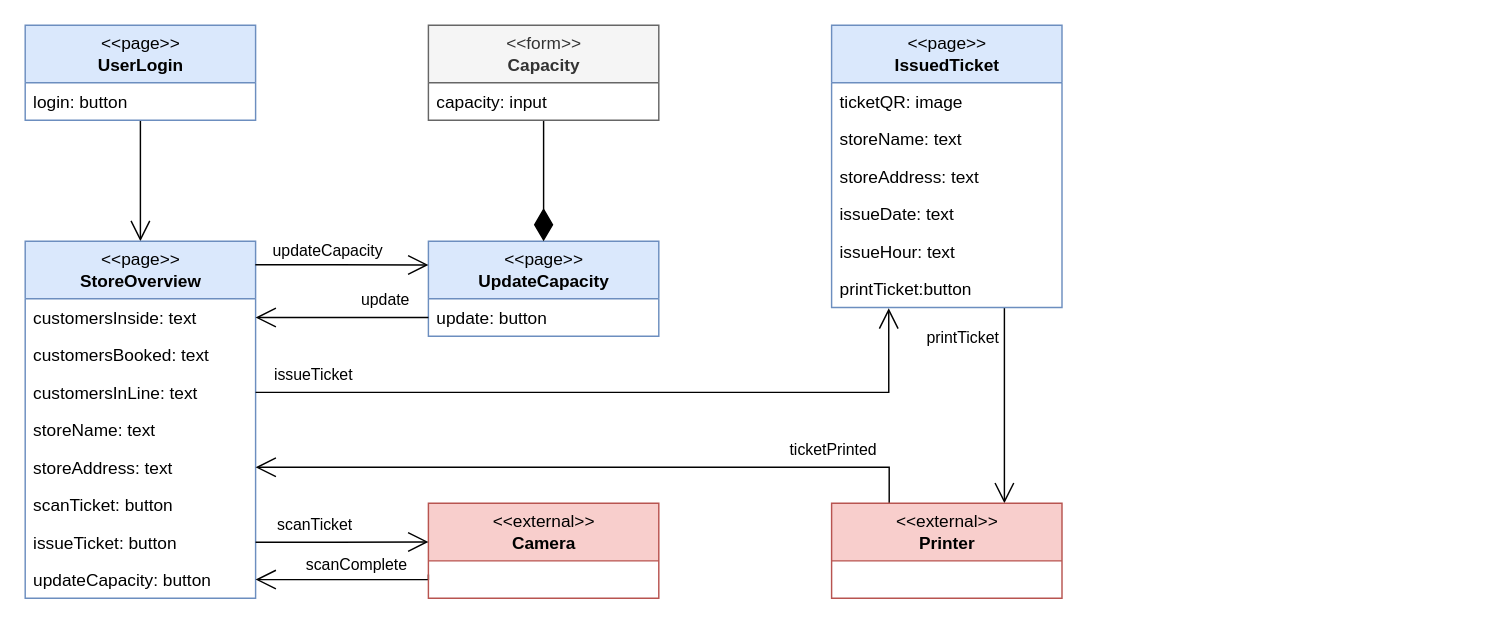
ferrohd/CLup keeps this draw.io diagram as assets/dd/ux_diagrams/ux_store_manager.drawio. Above is the earlier version. Source tidied: cells renumbered, new cells numbered last; positions are measured from the earlier drawing's top-left corner, leaving out a move shared by most shapes. Both pictures are drawn from the tidied source at 144%, with x=0, y=0 at pixel (24, 24).
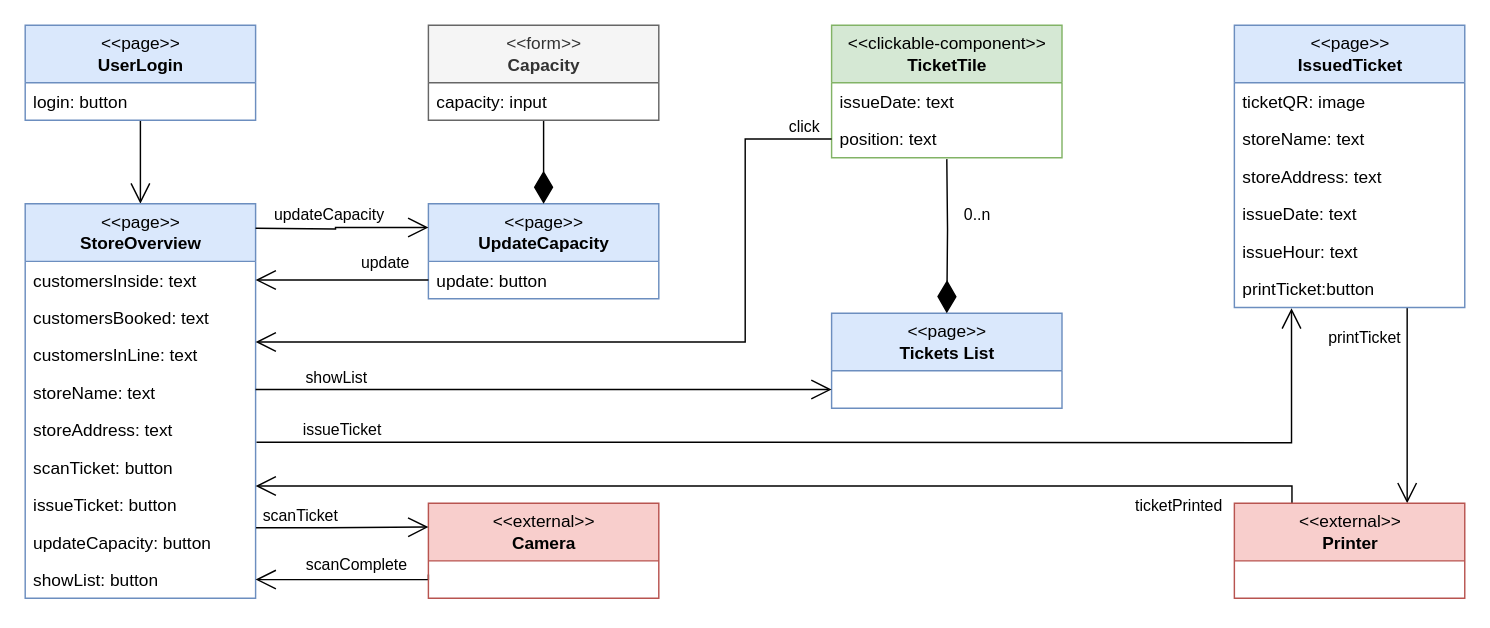
The same diagram, later.

Unchanged cells that the change refers to:
```xml
<mxCell id="8" value="customersInLine: text" style="text;strokeColor=none;fillColor=none;align=left;verticalAlign=top;spacingLeft=4;spacingRight=4;overflow=hidden;points=[[0,0.5],[1,0.5]];portConstraint=eastwest;" parent="5" vertex="1">
  <mxGeometry y="92" width="160" height="26" as="geometry" />
</mxCell>
<mxCell id="10" value="storeAddress: text" style="text;strokeColor=none;fillColor=none;align=left;verticalAlign=top;spacingLeft=4;spacingRight=4;overflow=hidden;points=[[0,0.5],[1,0.5]];portConstraint=eastwest;" parent="5" vertex="1">
  <mxGeometry y="144" width="160" height="26" as="geometry" />
</mxCell>
<mxCell id="12" value="issueTicket: button" style="text;strokeColor=none;fillColor=none;align=left;verticalAlign=top;spacingLeft=4;spacingRight=4;overflow=hidden;points=[[0,0.5],[1,0.5]];portConstraint=eastwest;" parent="5" vertex="1">
  <mxGeometry y="196" width="160" height="26" as="geometry" />
</mxCell>
<mxCell id="13" value="updateCapacity: button" style="text;strokeColor=none;fillColor=none;align=left;verticalAlign=top;spacingLeft=4;spacingRight=4;overflow=hidden;points=[[0,0.5],[1,0.5]];portConstraint=eastwest;" parent="5" vertex="1">
  <mxGeometry y="222" width="160" height="26" as="geometry" />
</mxCell>
<mxCell id="17" value="&amp;lt;&amp;lt;external&amp;gt;&amp;gt;&lt;br&gt;&lt;b&gt;Camera&lt;/b&gt;" style="swimlane;fontStyle=0;horizontal=1;startSize=40;fillColor=#f8cecc;html=1;spacingBottom=0;strokeColor=#b85450;" parent="1" vertex="1">
  <mxGeometry x="280" y="332" width="160" height="66" as="geometry" />
</mxCell>
<mxCell id="31" value="printTicket:button" style="text;strokeColor=none;fillColor=none;align=left;verticalAlign=top;spacingLeft=4;spacingRight=4;overflow=hidden;points=[[0,0.5],[1,0.5]];portConstraint=eastwest;" parent="25" vertex="1">
  <mxGeometry y="170" width="160" height="26" as="geometry" />
</mxCell>
```

The edit, as a diff of the source:
```diff
@@
     <mxCell id="5" value="&amp;lt;&amp;lt;page&amp;gt;&amp;gt;&lt;br&gt;&lt;b&gt;StoreOverview&lt;/b&gt;" style="swimlane;fontStyle=0;horizontal=1;startSize=40;fillColor=#dae8fc;html=1;spacingBottom=0;strokeColor=#6c8ebf;" parent="1" vertex="1">
-      <mxGeometry y="150" width="160" height="248" as="geometry" />
+      <mxGeometry y="124" width="160" height="274" as="geometry" />
     </mxCell>
@@
+    <mxCell id="42" value="showList: button" style="text;strokeColor=none;fillColor=none;align=left;verticalAlign=top;spacingLeft=4;spacingRight=4;overflow=hidden;" parent="5" vertex="1">
+      <mxGeometry y="248" width="160" height="26" as="geometry" />
+    </mxCell>
-    <mxCell id="14" style="edgeStyle=orthogonalEdgeStyle;rounded=0;jettySize=auto;html=1;exitX=0;exitY=0.75;exitDx=0;exitDy=0;entryX=1;entryY=0.5;entryDx=0;entryDy=0;endArrow=open;endFill=0;endSize=12;" parent="1" edge="1" source="17" target="13">
+    <mxCell id="14" style="edgeStyle=orthogonalEdgeStyle;rounded=0;jettySize=auto;html=1;exitX=0;exitY=0.75;exitDx=0;exitDy=0;endArrow=open;endFill=0;endSize=12;" parent="1" edge="1" source="17">
       <mxGeometry relative="1" as="geometry">
+        <mxPoint x="160" y="385" as="targetPoint" />
         <Array as="points">
           <mxPoint x="280" y="385" />
         </Array>
       </mxGeometry>
     </mxCell>
     <mxCell id="15" value="scanTicket" style="edgeLabel;html=1;align=center;verticalAlign=middle;" parent="14" vertex="1">
       <mxGeometry x="0.33" y="2" relative="1" as="geometry">
-        <mxPoint x="-1.5" y="-41" as="offset" />
+        <mxPoint x="-11.2" y="-47" as="offset" />
       </mxGeometry>
     </mxCell>
@@
     <mxCell id="18" value="&amp;lt;&amp;lt;page&amp;gt;&amp;gt;&lt;br&gt;&lt;b&gt;UpdateCapacity&lt;/b&gt;" style="swimlane;fontStyle=0;horizontal=1;startSize=40;fillColor=#dae8fc;html=1;spacingBottom=0;strokeColor=#6c8ebf;" parent="1" vertex="1">
-      <mxGeometry x="280" y="150" width="160" height="66" as="geometry" />
+      <mxGeometry x="280" y="124" width="160" height="66" as="geometry" />
     </mxCell>
@@
     <mxCell id="25" value="&amp;lt;&amp;lt;page&amp;gt;&amp;gt;&lt;br&gt;&lt;b&gt;IssuedTicket&lt;/b&gt;" style="swimlane;fontStyle=0;horizontal=1;startSize=40;fillColor=#dae8fc;html=1;spacingBottom=0;strokeColor=#6c8ebf;" parent="1" vertex="1">
-      <mxGeometry x="560" width="160" height="196" as="geometry" />
+      <mxGeometry x="839.7" width="160" height="196" as="geometry" />
     </mxCell>
@@
-    <mxCell id="32" style="edgeStyle=orthogonalEdgeStyle;rounded=0;jettySize=auto;html=1;exitX=0.25;exitY=0;exitDx=0;exitDy=0;entryX=1;entryY=0.5;entryDx=0;entryDy=0;endArrow=open;endFill=0;endSize=12;" parent="1" edge="1" source="34" target="10">
-      <mxGeometry relative="1" as="geometry" />
+    <mxCell id="32" style="edgeStyle=orthogonalEdgeStyle;rounded=0;jettySize=auto;html=1;exitX=0.25;exitY=0;exitDx=0;exitDy=0;endArrow=open;endFill=0;endSize=12;" parent="1" edge="1" source="34">
+      <mxGeometry relative="1" as="geometry">
+        <mxPoint x="160" y="320" as="targetPoint" />
+        <Array as="points">
+          <mxPoint x="880" y="320" />
+          <mxPoint x="160" y="320" />
+        </Array>
+      </mxGeometry>
     </mxCell>
     <mxCell id="33" value="ticketPrinted" style="edgeLabel;html=1;align=center;verticalAlign=middle;" parent="32" vertex="1">
       <mxGeometry x="-0.83" y="-1" relative="1" as="geometry">
-        <mxPoint x="-25" y="-12" as="offset" />
+        <mxPoint x="-29.4" y="14" as="offset" />
       </mxGeometry>
     </mxCell>
     <mxCell id="34" value="&amp;lt;&amp;lt;external&amp;gt;&amp;gt;&lt;br&gt;&lt;b&gt;Printer&lt;/b&gt;" style="swimlane;fontStyle=0;horizontal=1;startSize=40;fillColor=#f8cecc;html=1;spacingBottom=0;strokeColor=#b85450;" parent="1" vertex="1">
-      <mxGeometry x="560" y="332" width="160" height="66" as="geometry" />
+      <mxGeometry x="839.7" y="332" width="160" height="66" as="geometry" />
     </mxCell>
-    <mxCell id="35" style="edgeStyle=orthogonalEdgeStyle;rounded=0;jettySize=auto;html=1;entryX=0;entryY=0.25;entryDx=0;entryDy=0;endArrow=open;endFill=0;endSize=12;exitX=0.999;exitY=0.066;exitDx=0;exitDy=0;exitPerimeter=0;" parent="1" edge="1" source="5" target="18">
-      <mxGeometry relative="1" as="geometry" />
+    <mxCell id="35" style="edgeStyle=orthogonalEdgeStyle;rounded=0;jettySize=auto;html=1;entryX=0;entryY=0.25;entryDx=0;entryDy=0;endArrow=open;endFill=0;endSize=12;" parent="1" edge="1" target="18">
+      <mxGeometry relative="1" as="geometry">
+        <mxPoint x="160" y="141" as="sourcePoint" />
+      </mxGeometry>
     </mxCell>
@@
-    <mxCell id="37" style="edgeStyle=orthogonalEdgeStyle;rounded=0;jettySize=auto;html=1;exitX=1;exitY=0.5;exitDx=0;exitDy=0;entryX=0.248;entryY=1.022;entryDx=0;entryDy=0;entryPerimeter=0;endArrow=open;endFill=0;endSize=12;" parent="1" edge="1" source="8" target="31">
-      <mxGeometry relative="1" as="geometry" />
+    <mxCell id="37" style="edgeStyle=orthogonalEdgeStyle;rounded=0;jettySize=auto;html=1;exitX=1.004;exitY=0.83;exitDx=0;exitDy=0;entryX=0.248;entryY=1.022;entryDx=0;entryDy=0;entryPerimeter=0;endArrow=open;endFill=0;endSize=12;exitPerimeter=0;" parent="1" edge="1" source="10" target="31">
+      <mxGeometry relative="1" as="geometry">
+        <Array as="points">
+          <mxPoint x="495" y="290" />
+          <mxPoint x="879" y="290" />
+        </Array>
+      </mxGeometry>
     </mxCell>
     <mxCell id="38" value="issueTicket" style="edgeLabel;html=1;align=center;verticalAlign=middle;" parent="37" vertex="1">
       <mxGeometry x="-0.83" y="1" relative="1" as="geometry">
-        <mxPoint x="-2.5" y="-12" as="offset" />
+        <mxPoint x="-10.3" y="-7.6" as="offset" />
       </mxGeometry>
     </mxCell>
-    <mxCell id="39" style="edgeStyle=orthogonalEdgeStyle;rounded=0;jettySize=auto;html=1;exitX=1;exitY=0.5;exitDx=0;exitDy=0;entryX=0;entryY=0.407;entryDx=0;entryDy=0;entryPerimeter=0;endArrow=open;endFill=0;endSize=12;" parent="1" edge="1" source="12" target="17">
-      <mxGeometry relative="1" as="geometry" />
+    <mxCell id="39" style="edgeStyle=orthogonalEdgeStyle;rounded=0;jettySize=auto;html=1;entryX=0;entryY=0.25;entryDx=0;entryDy=0;endArrow=open;endFill=0;endSize=12;exitX=1.002;exitY=0.117;exitDx=0;exitDy=0;exitPerimeter=0;" parent="1" edge="1" source="13" target="17">
+      <mxGeometry relative="1" as="geometry">
+        <Array as="points">
+          <mxPoint x="210" y="349" />
+        </Array>
+      </mxGeometry>
     </mxCell>
@@
+    <mxCell id="43" value="&amp;lt;&amp;lt;page&amp;gt;&amp;gt;&lt;br&gt;&lt;b&gt;Tickets List&lt;/b&gt;" style="swimlane;fontStyle=0;horizontal=1;startSize=40;fillColor=#dae8fc;html=1;spacingBottom=0;strokeColor=#6c8ebf;" parent="1" vertex="1">
+      <mxGeometry x="560" y="200" width="160" height="66" as="geometry" />
+    </mxCell>
+    <mxCell id="44" style="edgeStyle=orthogonalEdgeStyle;rounded=0;jettySize=auto;html=1;endArrow=diamondThin;endFill=1;endSize=20;entryX=0.5;entryY=0;entryDx=0;entryDy=0;" parent="1" edge="1" target="43">
+      <mxGeometry relative="1" as="geometry">
+        <mxPoint x="640" y="93" as="sourcePoint" />
+      </mxGeometry>
+    </mxCell>
+    <mxCell id="45" value="0..n" style="edgeLabel;html=1;align=center;verticalAlign=middle;" parent="44" vertex="1">
+      <mxGeometry x="-0.57" relative="1" as="geometry">
+        <mxPoint x="20" y="15.4" as="offset" />
+      </mxGeometry>
+    </mxCell>
+    <mxCell id="46" value="&amp;lt;&amp;lt;clickable-component&amp;gt;&amp;gt;&lt;br&gt;&lt;b&gt;TicketTile&lt;/b&gt;" style="swimlane;fontStyle=0;horizontal=1;startSize=40;fillColor=#d5e8d4;html=1;spacingBottom=0;strokeColor=#82b366;" parent="1" vertex="1">
+      <mxGeometry x="560" width="160" height="92" as="geometry" />
+    </mxCell>
+    <mxCell id="47" value="issueDate: text" style="text;strokeColor=none;fillColor=none;align=left;verticalAlign=top;spacingLeft=4;spacingRight=4;overflow=hidden;" parent="46" vertex="1">
+      <mxGeometry y="40" width="160" height="26" as="geometry" />
+    </mxCell>
+    <mxCell id="48" value="position: text" style="text;strokeColor=none;fillColor=none;align=left;verticalAlign=top;spacingLeft=4;spacingRight=4;overflow=hidden;points=[[0,0.5],[1,0.5]];portConstraint=eastwest;" parent="46" vertex="1">
+      <mxGeometry y="66" width="160" height="26" as="geometry" />
+    </mxCell>
+    <mxCell id="49" style="edgeStyle=orthogonalEdgeStyle;rounded=0;orthogonalLoop=1;jettySize=auto;html=1;entryX=0;entryY=0.5;entryDx=0;entryDy=0;endArrow=open;endFill=0;endSize=12;" parent="1" edge="1">
+      <mxGeometry relative="1" as="geometry">
+        <mxPoint x="160" y="253" as="sourcePoint" />
+        <mxPoint x="560" y="253" as="targetPoint" />
+        <Array as="points">
+          <mxPoint x="160" y="253" />
+        </Array>
+      </mxGeometry>
+    </mxCell>
+    <mxCell id="50" style="edgeStyle=orthogonalEdgeStyle;rounded=0;jettySize=auto;html=1;endArrow=open;endFill=0;endSize=12;exitX=0;exitY=0.5;exitDx=0;exitDy=0;" parent="1" edge="1" source="48">
+      <mxGeometry relative="1" as="geometry">
+        <mxPoint x="160" y="220" as="targetPoint" />
+        <Array as="points">
+          <mxPoint x="500" y="79" />
+          <mxPoint x="500" y="220" />
+        </Array>
+      </mxGeometry>
+    </mxCell>
+    <mxCell id="51" value="click" style="edgeLabel;html=1;align=center;verticalAlign=middle;" parent="1" vertex="1">
+      <mxGeometry x="540" y="70" as="geometry" />
+    </mxCell>
+    <mxCell id="52" value="showList" style="edgeLabel;html=1;align=center;verticalAlign=middle;" parent="1" vertex="1">
+      <mxGeometry x="215" y="244" as="geometry" />
+    </mxCell>
```
